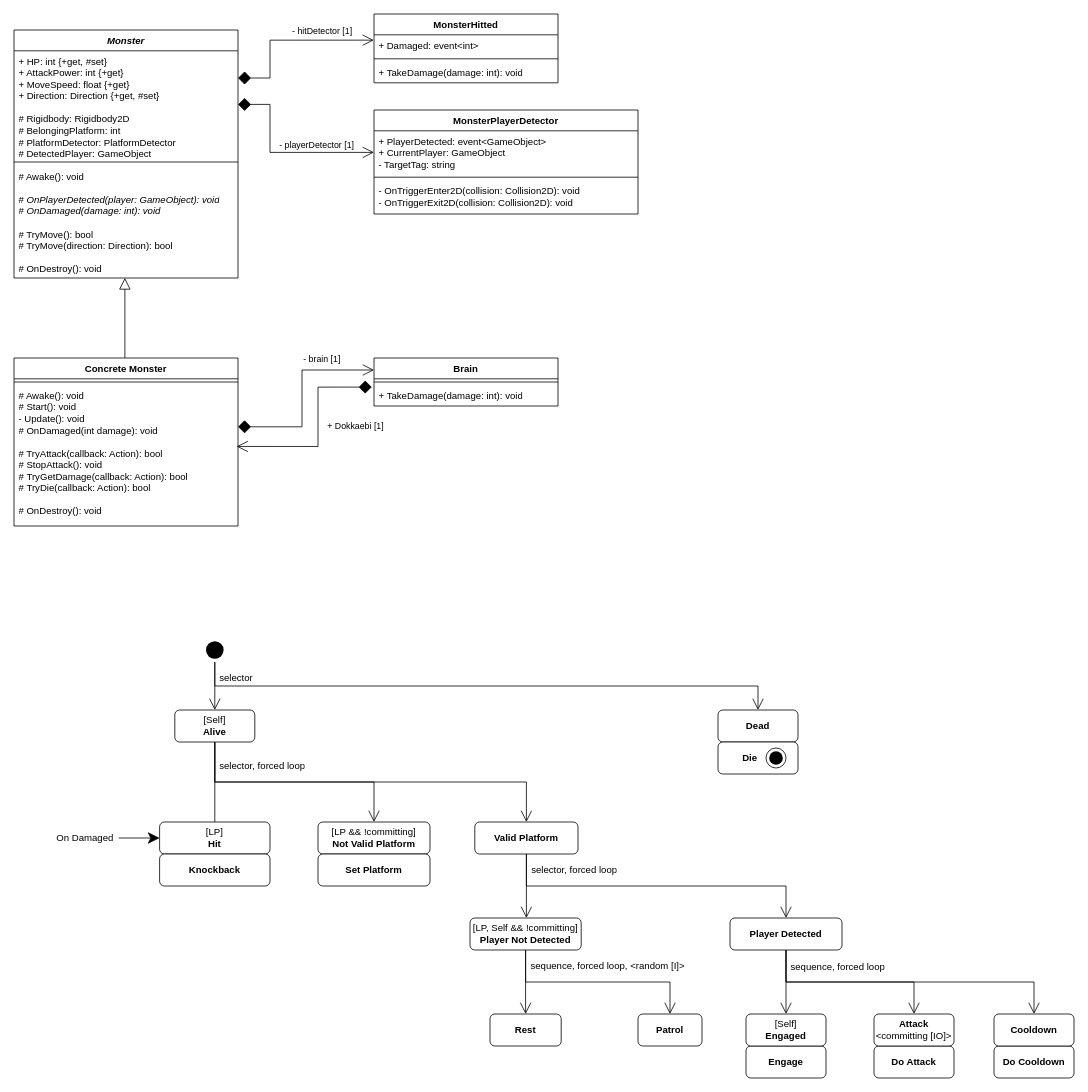
Earlier version of the draw.io diagram Assets/Scripts/Monster/Project H - Monster.drawio (clssl15-Org/ProjectH). Source tidied: cells renumbered, new cells numbered last; positions are measured from the earlier drawing's top-left corner, leaving out a move shared by most shapes. Both pictures are drawn from the tidied source at 80%, with x=0, y=0 at pixel (14, 14).
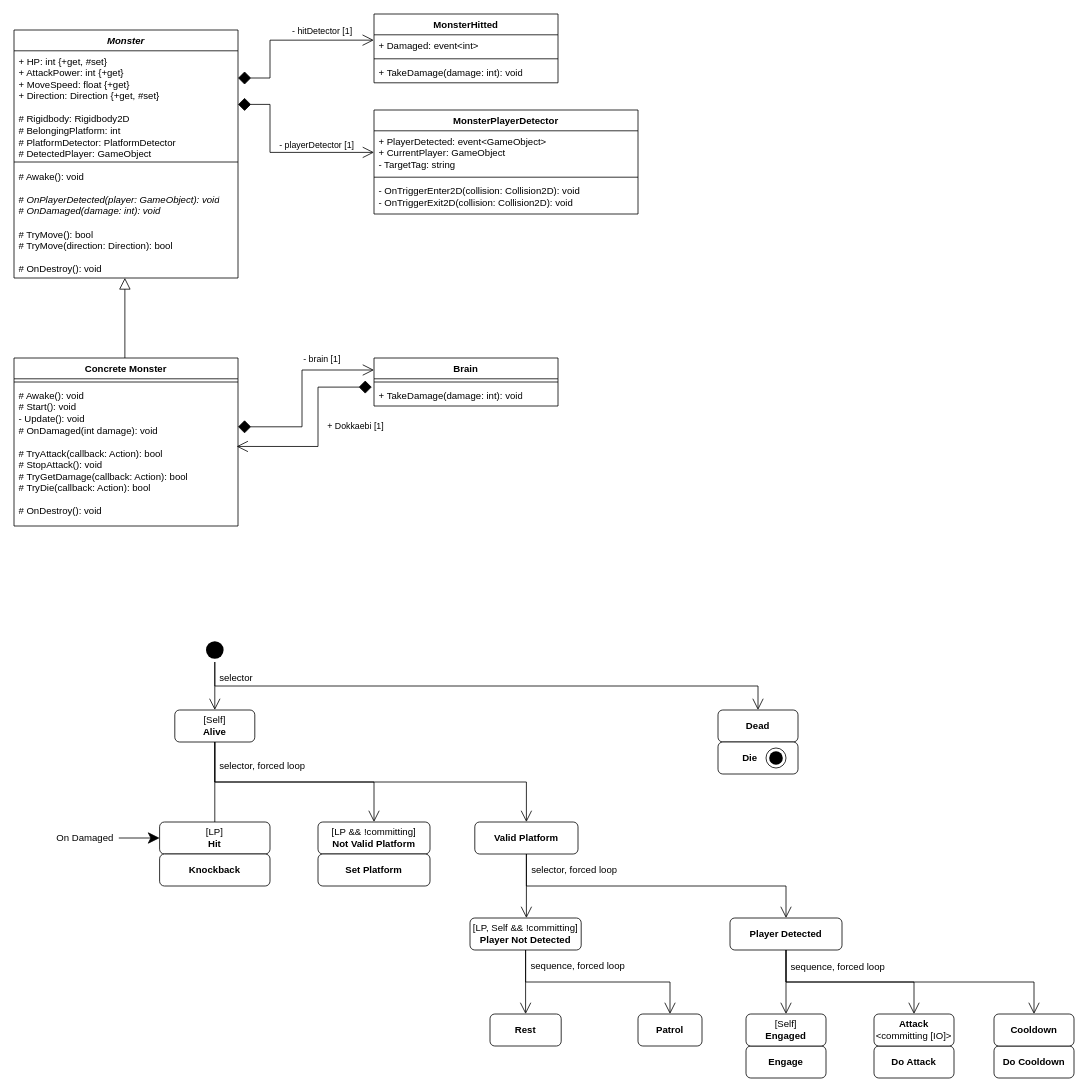
The same diagram, later.

Change to the diagram source:
```diff
@@
-    <mxCell id="60" value="&lt;div style=&quot;&quot;&gt;sequence, forced loop, &amp;lt;random [I]&amp;gt;&amp;nbsp;&lt;/div&gt;" style="text;html=1;strokeColor=none;fillColor=none;align=left;verticalAlign=middle;whiteSpace=wrap;overflow=hidden;" parent="1" vertex="1">
+    <mxCell id="60" value="&lt;div style=&quot;&quot;&gt;sequence, forced loop&lt;/div&gt;" style="text;html=1;strokeColor=none;fillColor=none;align=left;verticalAlign=middle;whiteSpace=wrap;overflow=hidden;" parent="1" vertex="1">
       <mxGeometry x="644" y="1180" width="206" height="20" as="geometry" />
     </mxCell>
```
